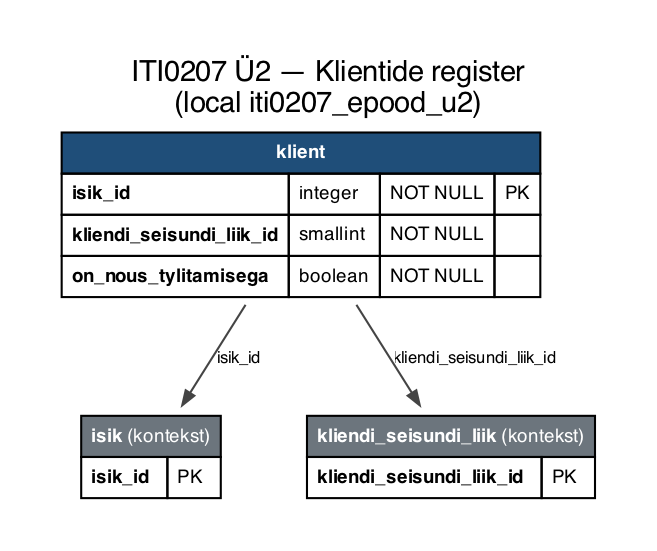
The Graphviz diagram iti0207-epood/docs/diagrams/u2-04-kliendid.png in tamkivi/andmebaasid-projekt, before a commit. Its source is kept beside it as iti0207-epood/docs/diagrams/u2-04-kliendid.dot. Its diagram source:
```dot
digraph G {
  graph [rankdir=TB, bgcolor=white, pad=0.3, nodesep=0.35, ranksep=0.55, fontname=Helvetica];
  node [shape=plaintext, fontname=Helvetica, fontsize=9];
  edge [color="#444444", arrowsize=0.7, fontsize=8, fontname=Helvetica];
  labelloc="t";
  label="ITI0207 Ü2 — Klientide register\n(local iti0207_epood_u2)";
  "klient" [label=<<TABLE BORDER="0" CELLBORDER="1" CELLSPACING="0" CELLPADDING="4"><TR><TD COLSPAN="4" BGCOLOR="#1f4e79"><FONT COLOR="white"><B>klient</B></FONT></TD></TR><TR><TD ALIGN="LEFT"><B>isik_id</B></TD><TD ALIGN="LEFT">integer</TD><TD ALIGN="LEFT">NOT NULL</TD><TD ALIGN="LEFT">PK</TD></TR><TR><TD ALIGN="LEFT"><B>kliendi_seisundi_liik_id</B></TD><TD ALIGN="LEFT">smallint</TD><TD ALIGN="LEFT">NOT NULL</TD><TD ALIGN="LEFT"></TD></TR><TR><TD ALIGN="LEFT"><B>on_nous_tylitamisega</B></TD><TD ALIGN="LEFT">boolean</TD><TD ALIGN="LEFT">NOT NULL</TD><TD ALIGN="LEFT"></TD></TR></TABLE>>];
  "isik" [label=<<TABLE BORDER="0" CELLBORDER="1" CELLSPACING="0" CELLPADDING="4"><TR><TD COLSPAN="2" BGCOLOR="#6c757d"><FONT COLOR="white"><B>isik</B> (kontekst)</FONT></TD></TR><TR><TD ALIGN="LEFT"><B>isik_id</B></TD><TD ALIGN="LEFT">PK</TD></TR></TABLE>>];
  "kliendi_seisundi_liik" [label=<<TABLE BORDER="0" CELLBORDER="1" CELLSPACING="0" CELLPADDING="4"><TR><TD COLSPAN="2" BGCOLOR="#6c757d"><FONT COLOR="white"><B>kliendi_seisundi_liik</B> (kontekst)</FONT></TD></TR><TR><TD ALIGN="LEFT"><B>kliendi_seisundi_liik_id</B></TD><TD ALIGN="LEFT">PK</TD></TR></TABLE>>];
  "klient" -> "isik" [label="isik_id"];
  "klient" -> "kliendi_seisundi_liik" [label="kliendi_seisundi_liik_id"];
}
```
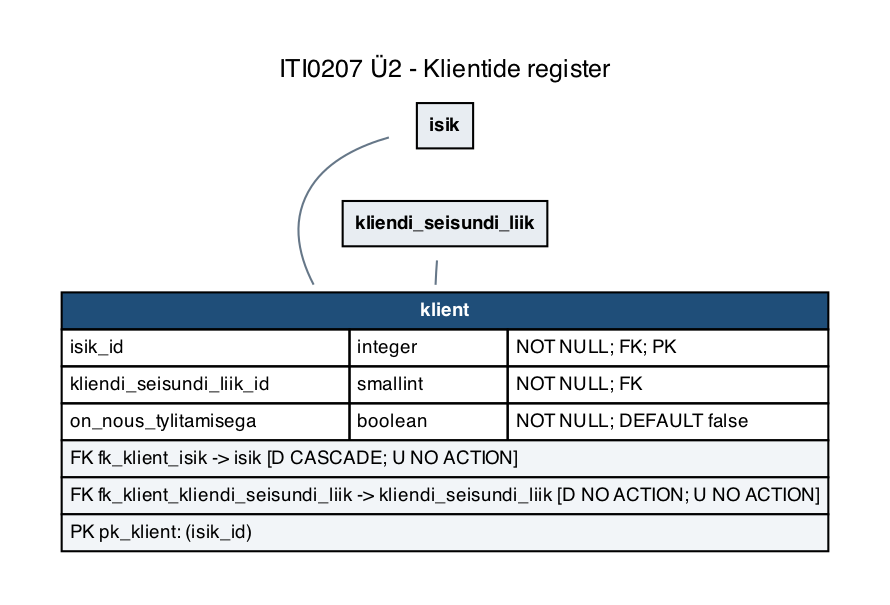
The same file after the commit.

What changed in the source:
```diff
@@ -1,12 +1,15 @@
 digraph G {
-  graph [rankdir=TB, bgcolor=white, pad=0.3, nodesep=0.35, ranksep=0.55, fontname=Helvetica];
+  graph [rankdir=TB, bgcolor=white, pad=0.1, nodesep=0.18, ranksep=0.15,
+         fontname=Helvetica, fontsize=12, size="7.3,10.5", page="8.27,11.69", margin=0.2];
   node [shape=plaintext, fontname=Helvetica, fontsize=9];
-  edge [color="#444444", arrowsize=0.7, fontsize=8, fontname=Helvetica];
+  edge [color="#667788", dir=none, fontsize=8, fontname=Helvetica];
   labelloc="t";
-  label="ITI0207 Ü2 — Klientide register\n(local iti0207_epood_u2)";
-  "klient" [label=<<TABLE BORDER="0" CELLBORDER="1" CELLSPACING="0" CELLPADDING="4"><TR><TD COLSPAN="4" BGCOLOR="#1f4e79"><FONT COLOR="white"><B>klient</B></FONT></TD></TR><TR><TD ALIGN="LEFT"><B>isik_id</B></TD><TD ALIGN="LEFT">integer</TD><TD ALIGN="LEFT">NOT NULL</TD><TD ALIGN="LEFT">PK</TD></TR><TR><TD ALIGN="LEFT"><B>kliendi_seisundi_liik_id</B></TD><TD ALIGN="LEFT">smallint</TD><TD ALIGN="LEFT">NOT NULL</TD><TD ALIGN="LEFT"></TD></TR><TR><TD ALIGN="LEFT"><B>on_nous_tylitamisega</B></TD><TD ALIGN="LEFT">boolean</TD><TD ALIGN="LEFT">NOT NULL</TD><TD ALIGN="LEFT"></TD></TR></TABLE>>];
-  "isik" [label=<<TABLE BORDER="0" CELLBORDER="1" CELLSPACING="0" CELLPADDING="4"><TR><TD COLSPAN="2" BGCOLOR="#6c757d"><FONT COLOR="white"><B>isik</B> (kontekst)</FONT></TD></TR><TR><TD ALIGN="LEFT"><B>isik_id</B></TD><TD ALIGN="LEFT">PK</TD></TR></TABLE>>];
-  "kliendi_seisundi_liik" [label=<<TABLE BORDER="0" CELLBORDER="1" CELLSPACING="0" CELLPADDING="4"><TR><TD COLSPAN="2" BGCOLOR="#6c757d"><FONT COLOR="white"><B>kliendi_seisundi_liik</B> (kontekst)</FONT></TD></TR><TR><TD ALIGN="LEFT"><B>kliendi_seisundi_liik_id</B></TD><TD ALIGN="LEFT">PK</TD></TR></TABLE>>];
-  "klient" -> "isik" [label="isik_id"];
-  "klient" -> "kliendi_seisundi_liik" [label="kliendi_seisundi_liik_id"];
+  label="ITI0207 Ü2 - Klientide register";
+  "klient" [label=<<TABLE BORDER="0" CELLBORDER="1" CELLSPACING="0" CELLPADDING="3"><TR><TD COLSPAN="3" BGCOLOR="#1f4e79"><FONT COLOR="white"><B>klient</B></FONT></TD></TR><TR><TD ALIGN="LEFT">isik_id</TD><TD ALIGN="LEFT">integer</TD><TD ALIGN="LEFT">NOT NULL; FK; PK</TD></TR><TR><TD ALIGN="LEFT">kliendi_seisundi_liik_id</TD><TD ALIGN="LEFT">smallint</TD><TD ALIGN="LEFT">NOT NULL; FK</TD></TR><TR><TD ALIGN="LEFT">on_nous_tylitamisega</TD><TD ALIGN="LEFT">boolean</TD><TD ALIGN="LEFT">NOT NULL; DEFAULT false</TD></TR><TR><TD COLSPAN="3" ALIGN="LEFT" BGCOLOR="#f2f5f8"><FONT POINT-SIZE="9">FK fk_klient_isik -&gt; isik [D CASCADE; U NO ACTION]</FONT></TD></TR><TR><TD COLSPAN="3" ALIGN="LEFT" BGCOLOR="#f2f5f8"><FONT POINT-SIZE="9">FK fk_klient_kliendi_seisundi_liik -&gt; kliendi_seisundi_liik [D NO ACTION; U NO ACTION]</FONT></TD></TR><TR><TD COLSPAN="3" ALIGN="LEFT" BGCOLOR="#f2f5f8"><FONT POINT-SIZE="9">PK pk_klient: (isik_id)</FONT></TD></TR></TABLE>>];
+  "isik" [label=<<TABLE BORDER="0" CELLBORDER="1" CELLSPACING="0" CELLPADDING="5"><TR><TD BGCOLOR="#e8edf2"><B>isik</B></TD></TR></TABLE>>];
+  "kliendi_seisundi_liik" [label=<<TABLE BORDER="0" CELLBORDER="1" CELLSPACING="0" CELLPADDING="5"><TR><TD BGCOLOR="#e8edf2"><B>kliendi_seisundi_liik</B></TD></TR></TABLE>>];
+  "isik" -> "klient";
+  "kliendi_seisundi_liik" -> "klient";
+  "isik" -> "kliendi_seisundi_liik" [style=invis, weight=100];
+  "kliendi_seisundi_liik" -> "klient" [style=invis, weight=100];
 }
```
